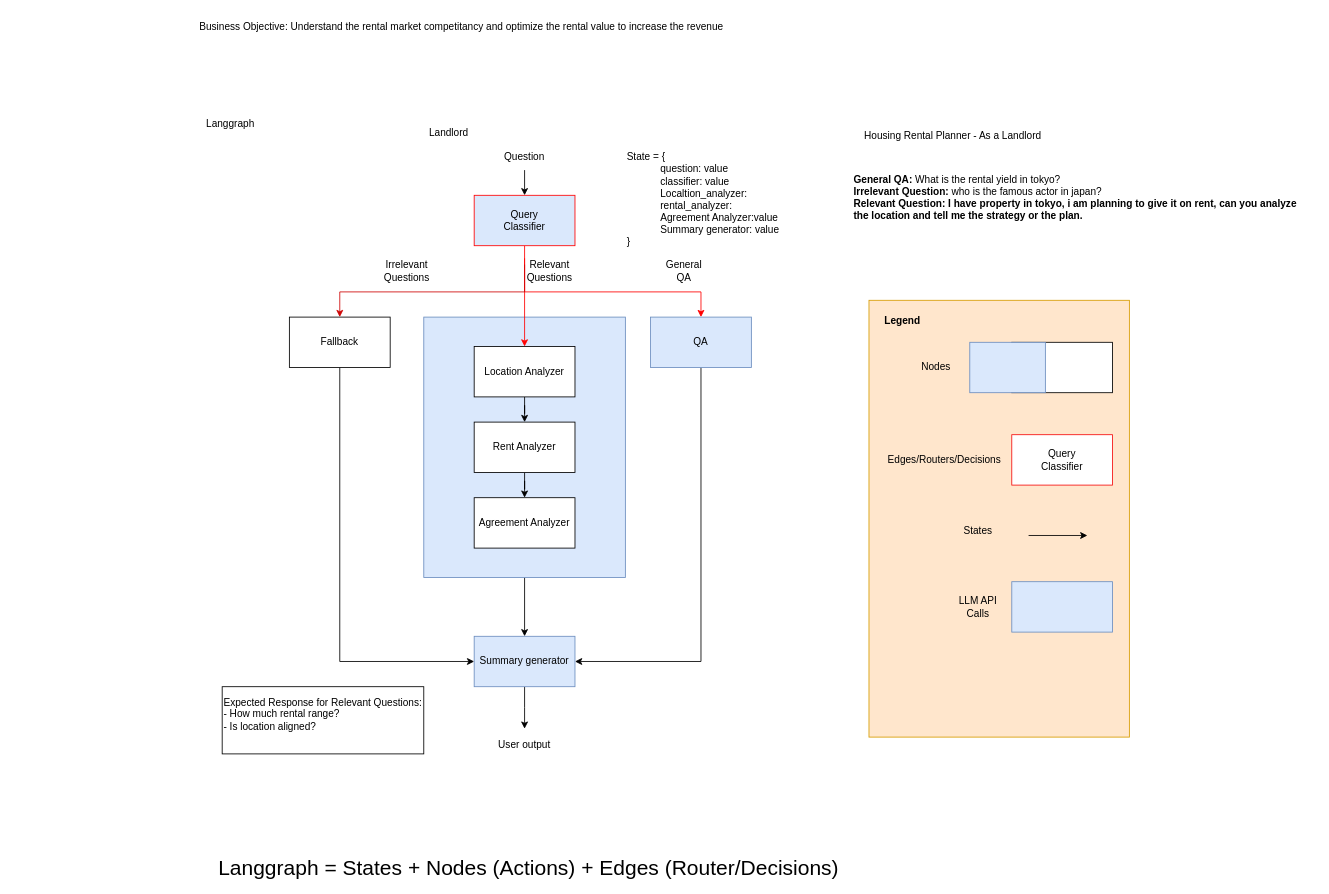
Before: page "Page-1" (1 of 2) of flow/rental_planner_flow.drawio in prakasha-bhajantri/business_ai_strategy, a draw.io diagram. Source tidied: cells renumbered, new cells numbered last; positions are measured from the earlier drawing's top-left corner, leaving out a move shared by most shapes. Both pictures are drawn from the tidied source at 84%, with x=0, y=0 at pixel (104, 14).
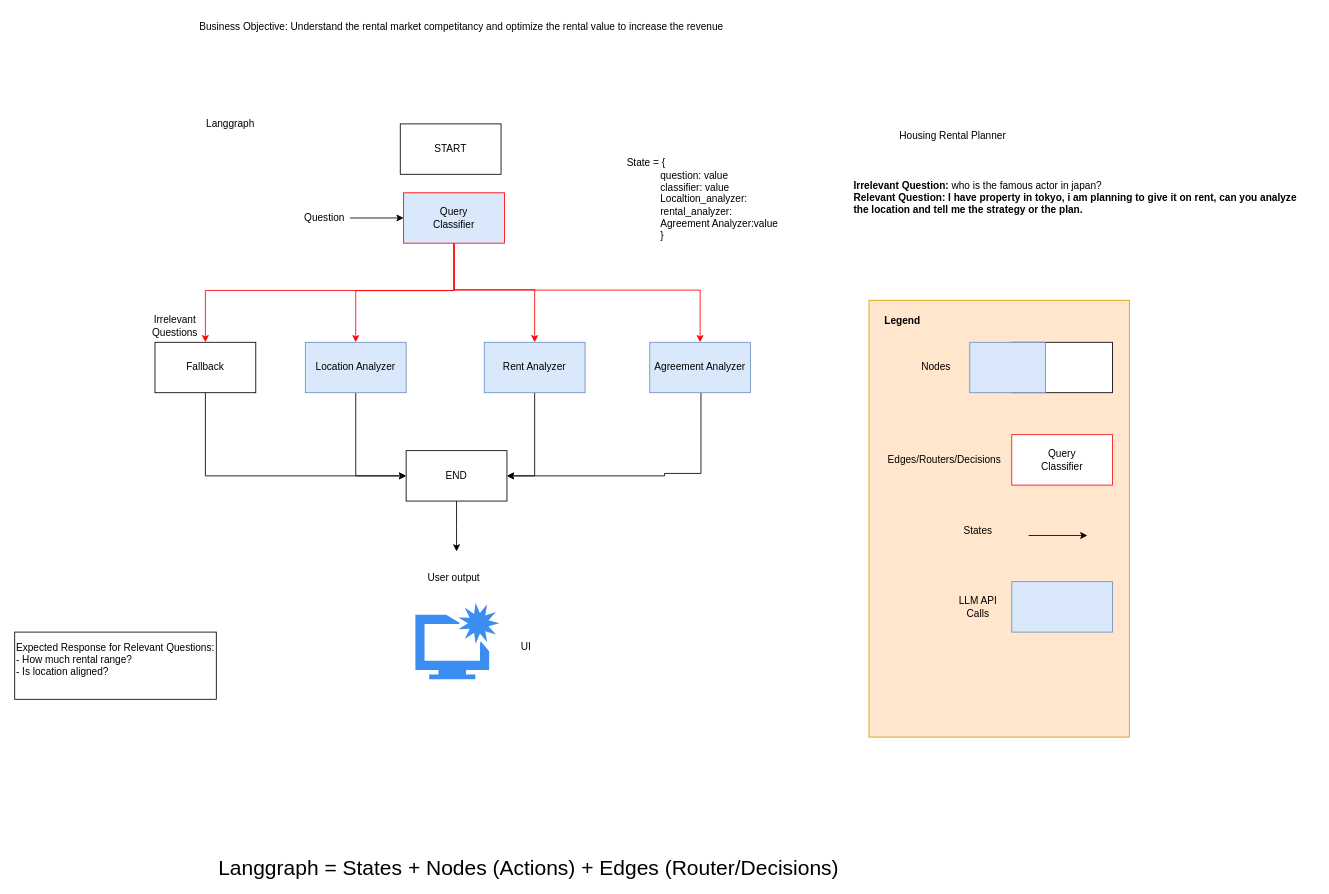
After the change.

The edit, as a diff of the source:
```diff
@@
-    <mxCell id="3" style="edgeStyle=orthogonalEdgeStyle;rounded=0;jettySize=auto;html=1;" parent="1" edge="1" source="4" target="12">
-      <mxGeometry relative="1" as="geometry" />
-    </mxCell>
-    <mxCell id="4" style="rounded=0;whiteSpace=wrap;html=1;fillColor=#dae8fc;strokeColor=#6c8ebf;" parent="1" vertex="1">
-      <mxGeometry x="380" y="360" width="240" height="310" as="geometry" />
-    </mxCell>
+    <mxCell id="44" style="edgeStyle=orthogonalEdgeStyle;rounded=0;jettySize=auto;html=1;" parent="1" edge="1" source="5" target="19">
+      <mxGeometry relative="1" as="geometry" />
+    </mxCell>
     <mxCell id="5" value="Question" style="text;html=1;whiteSpace=wrap;strokeColor=none;fillColor=none;align=center;verticalAlign=middle;rounded=0;" parent="1" vertex="1">
-      <mxGeometry x="470" y="154" width="60" height="30" as="geometry" />
+      <mxGeometry x="232" y="227" width="60" height="30" as="geometry" />
     </mxCell>
@@
-    <mxCell id="7" value="Housing Rental Planner - As a Landlord" style="text;html=1;whiteSpace=wrap;strokeColor=none;fillColor=none;align=center;verticalAlign=middle;rounded=0;" parent="1" vertex="1">
+    <mxCell id="7" value="Housing Rental Planner" style="text;html=1;whiteSpace=wrap;strokeColor=none;fillColor=none;align=center;verticalAlign=middle;rounded=0;" parent="1" vertex="1">
       <mxGeometry x="880" y="130" width="260" height="30" as="geometry" />
     </mxCell>
-    <mxCell id="8" style="edgeStyle=orthogonalEdgeStyle;rounded=0;jettySize=auto;html=1;entryX=0.5;entryY=0;entryDx=0;entryDy=0;" parent="1" edge="1" target="19">
-      <mxGeometry relative="1" as="geometry">
-        <mxPoint x="500" y="185" as="sourcePoint" />
-      </mxGeometry>
-    </mxCell>
-    <mxCell id="9" style="edgeStyle=orthogonalEdgeStyle;rounded=0;jettySize=auto;html=1;" parent="1" edge="1" source="10" target="14">
-      <mxGeometry relative="1" as="geometry" />
-    </mxCell>
+    <mxCell id="45" style="edgeStyle=orthogonalEdgeStyle;rounded=0;jettySize=auto;html=1;entryX=0;entryY=0.5;entryDx=0;entryDy=0;" parent="1" edge="1" source="10" target="54">
+      <mxGeometry relative="1" as="geometry" />
+    </mxCell>
-    <mxCell id="10" value="Location Analyzer" style="rounded=0;whiteSpace=wrap;html=1;" parent="1" vertex="1">
-      <mxGeometry x="440" y="395" width="120" height="60" as="geometry" />
+    <mxCell id="10" value="Location Analyzer" style="rounded=0;whiteSpace=wrap;html=1;fillColor=#dae8fc;strokeColor=#6c8ebf;" parent="1" vertex="1">
+      <mxGeometry x="239" y="390" width="120" height="60" as="geometry" />
     </mxCell>
-    <mxCell id="11" style="edgeStyle=orthogonalEdgeStyle;rounded=0;jettySize=auto;html=1;entryX=0.5;entryY=0;entryDx=0;entryDy=0;" parent="1" edge="1" source="12">
-      <mxGeometry relative="1" as="geometry">
-        <mxPoint x="500" y="850" as="targetPoint" />
-      </mxGeometry>
-    </mxCell>
-    <mxCell id="12" value="Summary generator" style="rounded=0;whiteSpace=wrap;html=1;fillColor=#dae8fc;strokeColor=#6c8ebf;" parent="1" vertex="1">
-      <mxGeometry x="440" y="740" width="120" height="60" as="geometry" />
-    </mxCell>
-    <mxCell id="13" style="edgeStyle=orthogonalEdgeStyle;rounded=0;jettySize=auto;html=1;" parent="1" edge="1" source="14" target="15">
-      <mxGeometry relative="1" as="geometry" />
-    </mxCell>
+    <mxCell id="46" style="edgeStyle=orthogonalEdgeStyle;rounded=0;jettySize=auto;html=1;entryX=1;entryY=0.5;entryDx=0;entryDy=0;" parent="1" edge="1" source="14" target="54">
+      <mxGeometry relative="1" as="geometry" />
+    </mxCell>
-    <mxCell id="14" value="Rent Analyzer" style="rounded=0;whiteSpace=wrap;html=1;" parent="1" vertex="1">
-      <mxGeometry x="440" y="485" width="120" height="60" as="geometry" />
+    <mxCell id="14" value="Rent Analyzer" style="rounded=0;whiteSpace=wrap;html=1;fillColor=#dae8fc;strokeColor=#6c8ebf;" parent="1" vertex="1">
+      <mxGeometry x="452" y="390" width="120" height="60" as="geometry" />
     </mxCell>
-    <mxCell id="15" value="Agreement Analyzer" style="rounded=0;whiteSpace=wrap;html=1;" parent="1" vertex="1">
-      <mxGeometry x="440" y="575" width="120" height="60" as="geometry" />
-    </mxCell>
@@
     <mxCell id="17" value="Expected Response for Relevant Questions:&lt;br&gt;- How much rental range?&lt;div&gt;- Is location aligned?&lt;br&gt;&lt;br&gt;&lt;/div&gt;" style="rounded=0;whiteSpace=wrap;html=1;align=left;" parent="1" vertex="1">
-      <mxGeometry x="140" y="800" width="240" height="80" as="geometry" />
+      <mxGeometry x="-107" y="735" width="240" height="80" as="geometry" />
     </mxCell>
+    <mxCell id="47" style="edgeStyle=orthogonalEdgeStyle;rounded=0;jettySize=auto;html=1;entryX=0.5;entryY=0;entryDx=0;entryDy=0;strokeColor=#FF0000;" parent="1" edge="1" source="19" target="29">
+      <mxGeometry relative="1" as="geometry">
+        <Array as="points">
+          <mxPoint x="416" y="327.9" />
+          <mxPoint x="709" y="327.9" />
+        </Array>
+      </mxGeometry>
+    </mxCell>
+    <mxCell id="48" style="edgeStyle=orthogonalEdgeStyle;rounded=0;jettySize=auto;html=1;entryX=0.5;entryY=0;entryDx=0;entryDy=0;strokeColor=#FF0000;" parent="1" edge="1" source="19" target="22">
+      <mxGeometry relative="1" as="geometry">
+        <Array as="points">
+          <mxPoint x="416" y="328.3" />
+          <mxPoint x="120" y="328.3" />
+        </Array>
+      </mxGeometry>
+    </mxCell>
     <mxCell id="18" style="edgeStyle=orthogonalEdgeStyle;rounded=0;jettySize=auto;html=1;entryX=0.5;entryY=0;entryDx=0;entryDy=0;strokeColor=#FF0000;" parent="1" edge="1" source="19" target="10">
-      <mxGeometry relative="1" as="geometry" />
+      <mxGeometry relative="1" as="geometry">
+        <Array as="points">
+          <mxPoint x="416" y="328.5" />
+          <mxPoint x="299" y="328.5" />
+        </Array>
+      </mxGeometry>
     </mxCell>
+    <mxCell id="49" style="edgeStyle=orthogonalEdgeStyle;rounded=0;jettySize=auto;html=1;strokeColor=#FF0000;" parent="1" edge="1" source="19" target="14">
+      <mxGeometry relative="1" as="geometry">
+        <Array as="points">
+          <mxPoint x="416" y="327.3" />
+          <mxPoint x="512" y="327.3" />
+        </Array>
+      </mxGeometry>
+    </mxCell>
     <mxCell id="19" value="Query&lt;br&gt;Classifier" style="rounded=0;whiteSpace=wrap;html=1;fillColor=#dae8fc;strokeColor=light-dark(#FF0000,#5C79A3);" parent="1" vertex="1">
-      <mxGeometry x="440" y="215" width="120" height="60" as="geometry" />
+      <mxGeometry x="356" y="212" width="120" height="60" as="geometry" />
     </mxCell>
-    <mxCell id="20" value="&lt;b&gt;General QA:&lt;/b&gt; What is the rental yield in tokyo?&lt;div&gt;&lt;b&gt;Irrelevant Question: &lt;/b&gt;who is the famous actor in japan?&lt;/div&gt;&lt;div&gt;&lt;b&gt;Relevant Question: I have property in tokyo, i am planning to give it on rent, can you analyze the location and tell me the strategy or the plan.&lt;/b&gt;&lt;/div&gt;" style="text;html=1;whiteSpace=wrap;strokeColor=none;fillColor=none;align=left;verticalAlign=middle;rounded=0;" parent="1" vertex="1">
+    <mxCell id="20" value="&lt;div&gt;&lt;b&gt;Irrelevant Question: &lt;/b&gt;who is the famous actor in japan?&lt;/div&gt;&lt;div&gt;&lt;b&gt;Relevant Question: I have property in tokyo, i am planning to give it on rent, can you analyze the location and tell me the strategy or the plan.&lt;/b&gt;&lt;/div&gt;" style="text;html=1;whiteSpace=wrap;strokeColor=none;fillColor=none;align=left;verticalAlign=middle;rounded=0;" parent="1" vertex="1">
       <mxGeometry x="890" y="170" width="550" height="95" as="geometry" />
     </mxCell>
-    <mxCell id="21" style="edgeStyle=orthogonalEdgeStyle;rounded=0;jettySize=auto;html=1;entryX=0;entryY=0.5;entryDx=0;entryDy=0;" parent="1" edge="1" source="22" target="12">
-      <mxGeometry relative="1" as="geometry">
-        <Array as="points">
-          <mxPoint x="280" y="770" />
-        </Array>
-      </mxGeometry>
-    </mxCell>
+    <mxCell id="50" style="edgeStyle=orthogonalEdgeStyle;rounded=0;jettySize=auto;html=1;entryX=0;entryY=0.5;entryDx=0;entryDy=0;" parent="1" edge="1" source="22" target="54">
+      <mxGeometry relative="1" as="geometry">
+        <Array as="points">
+          <mxPoint x="120" y="549" />
+        </Array>
+      </mxGeometry>
+    </mxCell>
     <mxCell id="22" value="Fallback" style="rounded=0;whiteSpace=wrap;html=1;" parent="1" vertex="1">
-      <mxGeometry x="220" y="360" width="120" height="60" as="geometry" />
+      <mxGeometry x="60" y="390" width="120" height="60" as="geometry" />
     </mxCell>
     <mxCell id="23" value="Irrelevant Questions" style="text;html=1;whiteSpace=wrap;strokeColor=none;fillColor=none;align=center;verticalAlign=middle;rounded=0;" parent="1" vertex="1">
-      <mxGeometry x="330" y="290" width="60" height="30" as="geometry" />
+      <mxGeometry x="54" y="356" width="60" height="30" as="geometry" />
     </mxCell>
-    <mxCell id="24" style="edgeStyle=orthogonalEdgeStyle;rounded=0;jettySize=auto;html=1;exitX=0;exitY=0;exitDx=0;exitDy=0;entryX=0.5;entryY=0;entryDx=0;entryDy=0;strokeColor=#FF0000;" parent="1" edge="1" source="26" target="29">
-      <mxGeometry relative="1" as="geometry">
-        <Array as="points">
-          <mxPoint x="500" y="330" />
-          <mxPoint x="710" y="330" />
-        </Array>
-      </mxGeometry>
-    </mxCell>
-    <mxCell id="25" style="edgeStyle=orthogonalEdgeStyle;rounded=0;jettySize=auto;html=1;exitX=0;exitY=0.25;exitDx=0;exitDy=0;entryX=0.5;entryY=0;entryDx=0;entryDy=0;strokeColor=light-dark(#cf0707, #ededed);" parent="1" edge="1" source="26" target="22">
-      <mxGeometry relative="1" as="geometry">
-        <Array as="points">
-          <mxPoint x="500" y="330" />
-          <mxPoint x="280" y="330" />
-        </Array>
-      </mxGeometry>
-    </mxCell>
-    <mxCell id="26" value="Relevant Questions" style="text;html=1;whiteSpace=wrap;strokeColor=none;fillColor=none;align=center;verticalAlign=middle;rounded=0;" parent="1" vertex="1">
-      <mxGeometry x="500" y="290" width="60" height="30" as="geometry" />
-    </mxCell>
-    <mxCell id="27" value="General QA" style="text;html=1;whiteSpace=wrap;strokeColor=none;fillColor=none;align=center;verticalAlign=middle;rounded=0;" parent="1" vertex="1">
-      <mxGeometry x="660" y="290" width="60" height="30" as="geometry" />
-    </mxCell>
-    <mxCell id="28" style="edgeStyle=orthogonalEdgeStyle;rounded=0;jettySize=auto;html=1;entryX=1;entryY=0.5;entryDx=0;entryDy=0;" parent="1" edge="1" source="29" target="12">
+    <mxCell id="28" style="edgeStyle=orthogonalEdgeStyle;rounded=0;jettySize=auto;html=1;entryX=1;entryY=0.5;entryDx=0;entryDy=0;" parent="1" edge="1" source="29" target="54">
       <mxGeometry relative="1" as="geometry">
         <Array as="points">
-          <mxPoint x="710" y="770" />
+          <mxPoint x="710" y="546.1" />
+          <mxPoint x="666.6" y="546.1" />
+          <mxPoint x="666.6" y="549" />
         </Array>
       </mxGeometry>
     </mxCell>
-    <mxCell id="29" value="QA" style="rounded=0;whiteSpace=wrap;html=1;fillColor=#dae8fc;strokeColor=#6c8ebf;" parent="1" vertex="1">
-      <mxGeometry x="650" y="360" width="120" height="60" as="geometry" />
+    <mxCell id="29" value="Agreement Analyzer" style="rounded=0;whiteSpace=wrap;html=1;fillColor=#dae8fc;strokeColor=#6c8ebf;" parent="1" vertex="1">
+      <mxGeometry x="649" y="390" width="120" height="60" as="geometry" />
     </mxCell>
@@
-    <mxCell id="40" value="State = {&lt;blockquote style=&quot;margin: 0px 0px 0px 40px; border-width: medium; border-style: none; border-color: currentcolor; border-image: none; padding: 0px;&quot;&gt;&lt;div&gt;&lt;div&gt;question: value&lt;/div&gt;&lt;div&gt;&lt;/div&gt;&lt;/div&gt;&lt;div&gt;classifier: value&lt;/div&gt;&lt;div&gt;&lt;div&gt;&lt;span style=&quot;background-color: transparent; color: light-dark(rgb(0, 0, 0), rgb(255, 255, 255));&quot;&gt;Localtion_analyzer:&lt;/span&gt;&lt;/div&gt;&lt;/div&gt;&lt;div&gt;&lt;div&gt;rental_analyzer:&lt;/div&gt;&lt;/div&gt;&lt;div&gt;&lt;div&gt;&lt;span style=&quot;text-align: center; background-color: transparent; color: light-dark(rgb(0, 0, 0), rgb(255, 255, 255));&quot;&gt;Agreement Analyzer:value&lt;/span&gt;&lt;/div&gt;&lt;/div&gt;&lt;div&gt;&lt;div&gt;&lt;span style=&quot;text-align: center; background-color: transparent; color: light-dark(rgb(0, 0, 0), rgb(255, 255, 255));&quot;&gt;Summary generator&lt;/span&gt;: value&lt;/div&gt;&lt;/div&gt;&lt;/blockquote&gt;&lt;div&gt;&lt;div&gt;&lt;div&gt;}&lt;/div&gt;&lt;/div&gt;&lt;/div&gt;" style="text;html=1;whiteSpace=wrap;strokeColor=none;fillColor=none;align=left;verticalAlign=middle;rounded=0;" parent="1" vertex="1">
+    <mxCell id="40" value="State = {&lt;blockquote style=&quot;margin: 0px 0px 0px 40px; border-width: medium; border-style: none; border-color: currentcolor; border-image: none; padding: 0px;&quot;&gt;&lt;div&gt;&lt;div&gt;question: value&lt;/div&gt;&lt;div&gt;&lt;/div&gt;&lt;/div&gt;&lt;div&gt;classifier: value&lt;/div&gt;&lt;div&gt;&lt;div&gt;&lt;span style=&quot;background-color: transparent; color: light-dark(rgb(0, 0, 0), rgb(255, 255, 255));&quot;&gt;Localtion_analyzer:&lt;/span&gt;&lt;/div&gt;&lt;/div&gt;&lt;div&gt;&lt;div&gt;rental_analyzer:&lt;/div&gt;&lt;/div&gt;&lt;div&gt;&lt;div&gt;&lt;span style=&quot;text-align: center; background-color: transparent; color: light-dark(rgb(0, 0, 0), rgb(255, 255, 255));&quot;&gt;Agreement Analyzer:value&lt;/span&gt;&lt;/div&gt;&lt;/div&gt;&lt;div&gt;&lt;div&gt;&lt;span style=&quot;background-color: transparent; color: light-dark(rgb(0, 0, 0), rgb(255, 255, 255));&quot;&gt;}&lt;/span&gt;&lt;/div&gt;&lt;/div&gt;&lt;/blockquote&gt;" style="text;html=1;whiteSpace=wrap;strokeColor=none;fillColor=none;align=left;verticalAlign=middle;rounded=0;" parent="1" vertex="1">
       <mxGeometry x="620" y="140" width="230" height="160" as="geometry" />
     </mxCell>
@@
-    <mxCell id="42" value="Landlord" style="text;html=1;whiteSpace=wrap;strokeColor=none;fillColor=none;align=center;verticalAlign=middle;rounded=0;" parent="1" vertex="1">
-      <mxGeometry x="380" y="126" width="60" height="30" as="geometry" />
-    </mxCell>
     <mxCell id="43" value="User output" style="text;html=1;whiteSpace=wrap;strokeColor=none;fillColor=none;align=center;verticalAlign=middle;rounded=0;" parent="1" vertex="1">
-      <mxGeometry x="444" y="854" width="112" height="30" as="geometry" />
+      <mxGeometry x="360" y="656" width="112" height="30" as="geometry" />
     </mxCell>
+    <mxCell id="51" style="sketch=0;html=1;strokeColor=none;shadow=0;fillColor=#3B8DF1;verticalAlign=top;labelPosition=center;verticalLabelPosition=bottom;shape=mxgraph.gcp2.enhance_ui_2;" parent="1" vertex="1">
+      <mxGeometry x="370" y="700" width="100" height="91" as="geometry" />
+    </mxCell>
+    <mxCell id="52" value="UI" style="text;html=1;whiteSpace=wrap;strokeColor=none;fillColor=none;align=center;verticalAlign=middle;rounded=0;" parent="1" vertex="1">
+      <mxGeometry x="472" y="738" width="60" height="30" as="geometry" />
+    </mxCell>
+    <mxCell id="53" style="edgeStyle=orthogonalEdgeStyle;rounded=0;jettySize=auto;html=1;" parent="1" edge="1" source="54">
+      <mxGeometry relative="1" as="geometry">
+        <mxPoint x="419" y="639" as="targetPoint" />
+      </mxGeometry>
+    </mxCell>
+    <mxCell id="54" value="END" style="rounded=0;whiteSpace=wrap;html=1;" parent="1" vertex="1">
+      <mxGeometry x="359" y="519" width="120" height="60" as="geometry" />
+    </mxCell>
+    <mxCell id="55" value="START" style="rounded=0;whiteSpace=wrap;html=1;" parent="1" vertex="1">
+      <mxGeometry x="352" y="130" width="120" height="60" as="geometry" />
+    </mxCell>
```
